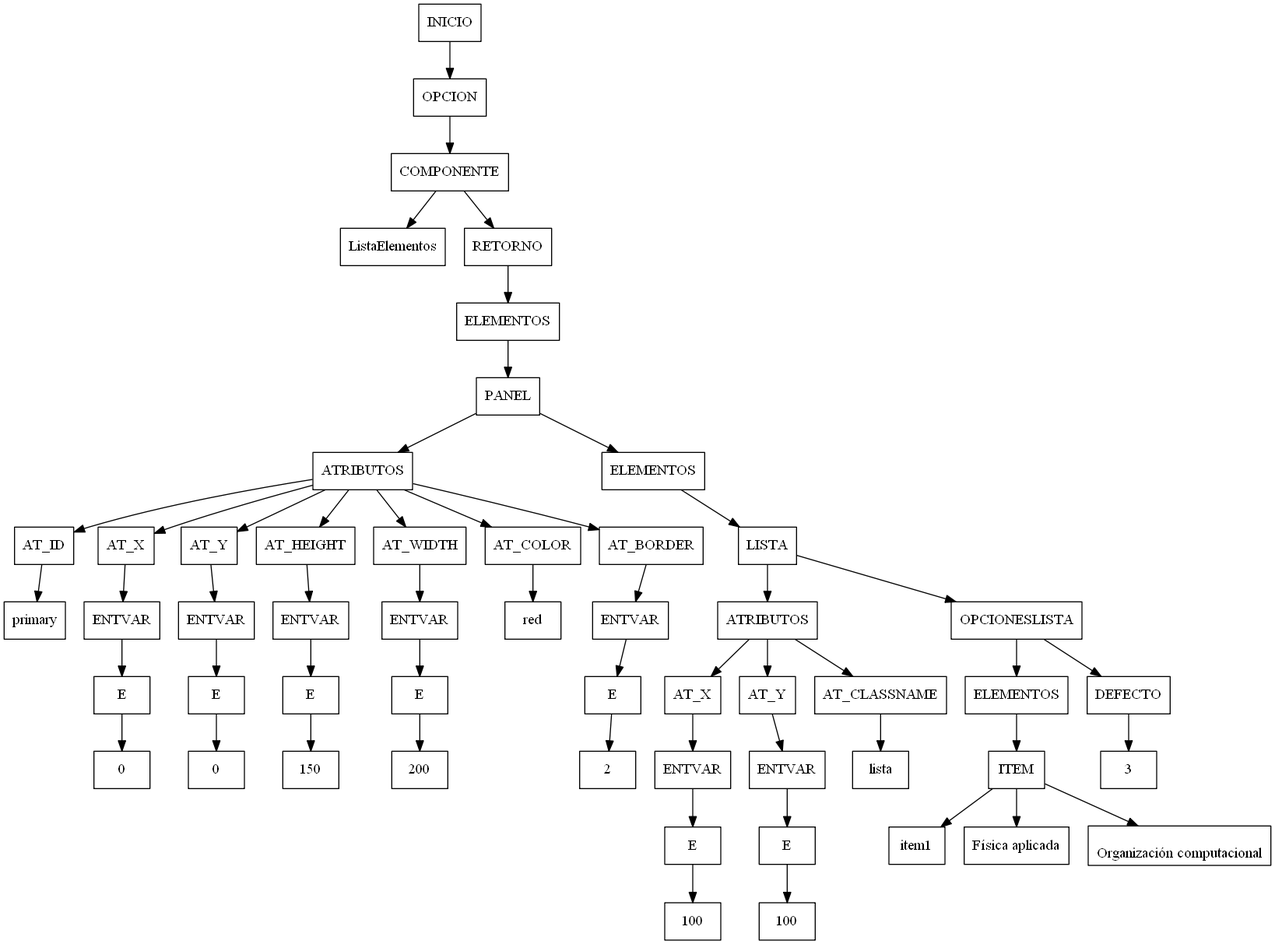
Before: arbol.png, a diagram exported from Graphviz (EleazarLopezOsuna/2019-SegundoSemestre-Compiladores1). Its source is kept beside it as arbol.dot.
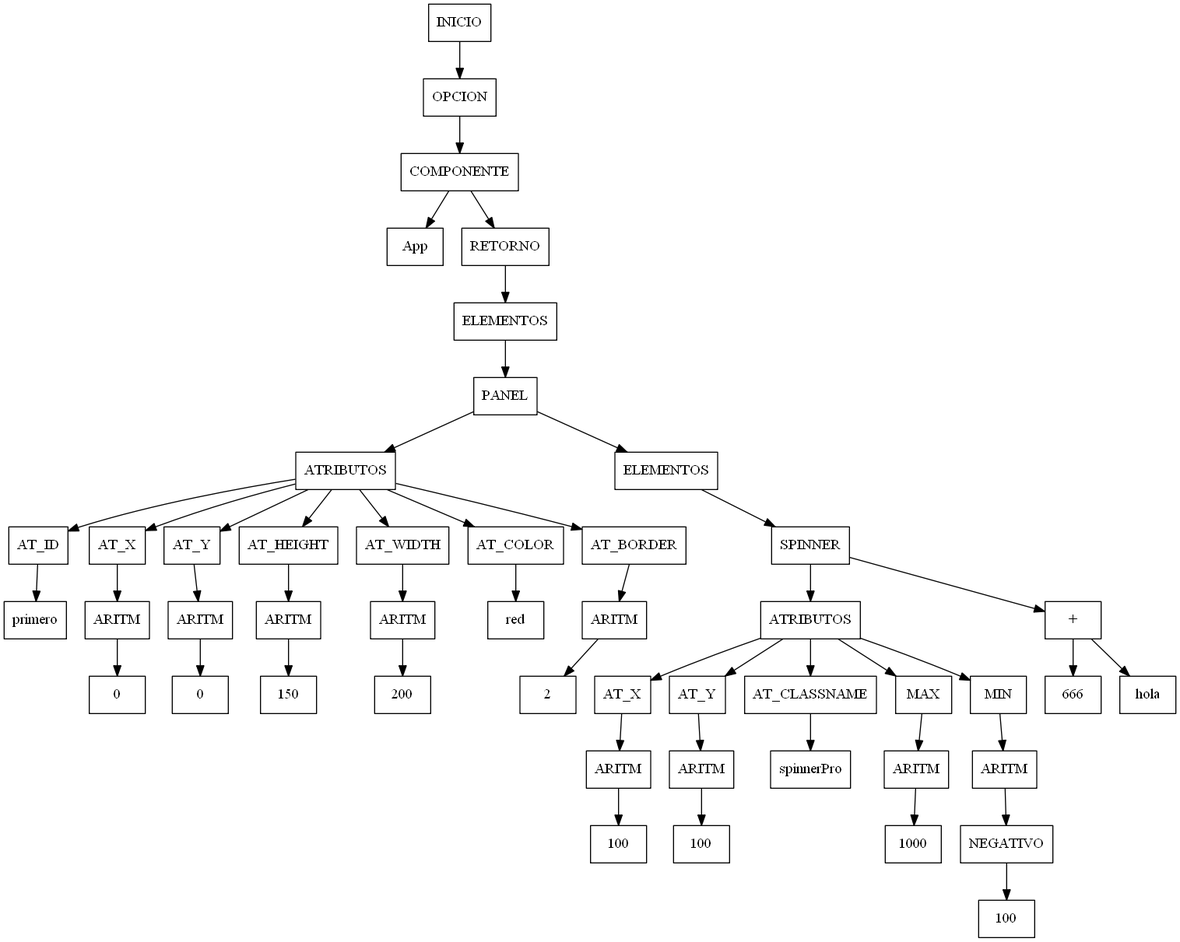
Above is the later version.

Change to the diagram source:
```diff
@@ -2,163 +2,147 @@
 node[shape=box];
 rankdir=UD;
 
-"53_INICIO"[label = "INICIO"];
-"52_OPCION"[label = "OPCION"];
-"53_INICIO"->"52_OPCION";
-"52_OPCION"[label = "OPCION"];
-"51_COMPONENTE"[label = "COMPONENTE"];
-"52_OPCION"->"51_COMPONENTE";
-"51_COMPONENTE"[label = "COMPONENTE"];
-"50_NOMBRE_COMPONENTE"[label = "ListaElementos"];
-"51_COMPONENTE"->"50_NOMBRE_COMPONENTE";
-"51_COMPONENTE"[label = "COMPONENTE"];
-"49_RETORNO"[label = "RETORNO"];
-"51_COMPONENTE"->"49_RETORNO";
-"49_RETORNO"[label = "RETORNO"];
-"48_ELEMENTOS"[label = "ELEMENTOS"];
-"49_RETORNO"->"48_ELEMENTOS";
-"48_ELEMENTOS"[label = "ELEMENTOS"];
-"47_PANEL"[label = "PANEL"];
-"48_ELEMENTOS"->"47_PANEL";
-"47_PANEL"[label = "PANEL"];
+"49_INICIO"[label = "INICIO"];
+"48_OPCION"[label = "OPCION"];
+"49_INICIO"->"48_OPCION";
+"48_OPCION"[label = "OPCION"];
+"47_COMPONENTE"[label = "COMPONENTE"];
+"48_OPCION"->"47_COMPONENTE";
+"47_COMPONENTE"[label = "COMPONENTE"];
+"46_NOMBRE_COMPONENTE"[label = "App"];
+"47_COMPONENTE"->"46_NOMBRE_COMPONENTE";
+"47_COMPONENTE"[label = "COMPONENTE"];
+"45_RETORNO"[label = "RETORNO"];
+"47_COMPONENTE"->"45_RETORNO";
+"45_RETORNO"[label = "RETORNO"];
+"44_ELEMENTOS"[label = "ELEMENTOS"];
+"45_RETORNO"->"44_ELEMENTOS";
+"44_ELEMENTOS"[label = "ELEMENTOS"];
+"43_PANEL"[label = "PANEL"];
+"44_ELEMENTOS"->"43_PANEL";
+"43_PANEL"[label = "PANEL"];
 "3_ATRIBUTOS"[label = "ATRIBUTOS"];
-"47_PANEL"->"3_ATRIBUTOS";
+"43_PANEL"->"3_ATRIBUTOS";
 "3_ATRIBUTOS"[label = "ATRIBUTOS"];
 "2_AT_ID"[label = "AT_ID"];
 "3_ATRIBUTOS"->"2_AT_ID";
 "2_AT_ID"[label = "AT_ID"];
-"1_ID"[label = "primary"];
+"1_ID"[label = "primero"];
 "2_AT_ID"->"1_ID";
 "3_ATRIBUTOS"[label = "ATRIBUTOS"];
-"7_AT_X"[label = "AT_X"];
-"3_ATRIBUTOS"->"7_AT_X";
-"7_AT_X"[label = "AT_X"];
-"6_ENTVAR"[label = "ENTVAR"];
-"7_AT_X"->"6_ENTVAR";
-"6_ENTVAR"[label = "ENTVAR"];
-"5_E"[label = "E"];
-"6_ENTVAR"->"5_E";
-"5_E"[label = "E"];
+"6_AT_X"[label = "AT_X"];
+"3_ATRIBUTOS"->"6_AT_X";
+"6_AT_X"[label = "AT_X"];
+"5_ARITM"[label = "ARITM"];
+"6_AT_X"->"5_ARITM";
+"5_ARITM"[label = "ARITM"];
 "4_ENTERO"[label = "0"];
-"5_E"->"4_ENTERO";
+"5_ARITM"->"4_ENTERO";
 "3_ATRIBUTOS"[label = "ATRIBUTOS"];
-"11_AT_Y"[label = "AT_Y"];
-"3_ATRIBUTOS"->"11_AT_Y";
-"11_AT_Y"[label = "AT_Y"];
-"10_ENTVAR"[label = "ENTVAR"];
-"11_AT_Y"->"10_ENTVAR";
-"10_ENTVAR"[label = "ENTVAR"];
-"9_E"[label = "E"];
-"10_ENTVAR"->"9_E";
-"9_E"[label = "E"];
-"8_ENTERO"[label = "0"];
-"9_E"->"8_ENTERO";
+"9_AT_Y"[label = "AT_Y"];
+"3_ATRIBUTOS"->"9_AT_Y";
+"9_AT_Y"[label = "AT_Y"];
+"8_ARITM"[label = "ARITM"];
+"9_AT_Y"->"8_ARITM";
+"8_ARITM"[label = "ARITM"];
+"7_ENTERO"[label = "0"];
+"8_ARITM"->"7_ENTERO";
 "3_ATRIBUTOS"[label = "ATRIBUTOS"];
-"15_AT_HEIGHT"[label = "AT_HEIGHT"];
-"3_ATRIBUTOS"->"15_AT_HEIGHT";
-"15_AT_HEIGHT"[label = "AT_HEIGHT"];
-"14_ENTVAR"[label = "ENTVAR"];
-"15_AT_HEIGHT"->"14_ENTVAR";
-"14_ENTVAR"[label = "ENTVAR"];
-"13_E"[label = "E"];
-"14_ENTVAR"->"13_E";
-"13_E"[label = "E"];
-"12_ENTERO"[label = "150"];
-"13_E"->"12_ENTERO";
+"12_AT_HEIGHT"[label = "AT_HEIGHT"];
+"3_ATRIBUTOS"->"12_AT_HEIGHT";
+"12_AT_HEIGHT"[label = "AT_HEIGHT"];
+"11_ARITM"[label = "ARITM"];
+"12_AT_HEIGHT"->"11_ARITM";
+"11_ARITM"[label = "ARITM"];
+"10_ENTERO"[label = "150"];
+"11_ARITM"->"10_ENTERO";
 "3_ATRIBUTOS"[label = "ATRIBUTOS"];
-"19_AT_WIDTH"[label = "AT_WIDTH"];
-"3_ATRIBUTOS"->"19_AT_WIDTH";
-"19_AT_WIDTH"[label = "AT_WIDTH"];
-"18_ENTVAR"[label = "ENTVAR"];
-"19_AT_WIDTH"->"18_ENTVAR";
-"18_ENTVAR"[label = "ENTVAR"];
-"17_E"[label = "E"];
-"18_ENTVAR"->"17_E";
-"17_E"[label = "E"];
-"16_ENTERO"[label = "200"];
-"17_E"->"16_ENTERO";
+"15_AT_WIDTH"[label = "AT_WIDTH"];
+"3_ATRIBUTOS"->"15_AT_WIDTH";
+"15_AT_WIDTH"[label = "AT_WIDTH"];
+"14_ARITM"[label = "ARITM"];
+"15_AT_WIDTH"->"14_ARITM";
+"14_ARITM"[label = "ARITM"];
+"13_ENTERO"[label = "200"];
+"14_ARITM"->"13_ENTERO";
 "3_ATRIBUTOS"[label = "ATRIBUTOS"];
-"21_AT_COLOR"[label = "AT_COLOR"];
-"3_ATRIBUTOS"->"21_AT_COLOR";
-"21_AT_COLOR"[label = "AT_COLOR"];
-"20_COLOR"[label = "red"];
-"21_AT_COLOR"->"20_COLOR";
+"17_AT_COLOR"[label = "AT_COLOR"];
+"3_ATRIBUTOS"->"17_AT_COLOR";
+"17_AT_COLOR"[label = "AT_COLOR"];
+"16_COLOR"[label = "red"];
+"17_AT_COLOR"->"16_COLOR";
 "3_ATRIBUTOS"[label = "ATRIBUTOS"];
-"25_AT_BORDER"[label = "AT_BORDER"];
-"3_ATRIBUTOS"->"25_AT_BORDER";
-"25_AT_BORDER"[label = "AT_BORDER"];
-"24_ENTVAR"[label = "ENTVAR"];
-"25_AT_BORDER"->"24_ENTVAR";
-"24_ENTVAR"[label = "ENTVAR"];
-"23_E"[label = "E"];
-"24_ENTVAR"->"23_E";
-"23_E"[label = "E"];
-"22_ENTERO"[label = "2"];
-"23_E"->"22_ENTERO";
-"47_PANEL"[label = "PANEL"];
-"46_ELEMENTOS"[label = "ELEMENTOS"];
-"47_PANEL"->"46_ELEMENTOS";
-"46_ELEMENTOS"[label = "ELEMENTOS"];
-"45_LISTA"[label = "LISTA"];
-"46_ELEMENTOS"->"45_LISTA";
-"45_LISTA"[label = "LISTA"];
-"30_ATRIBUTOS"[label = "ATRIBUTOS"];
-"45_LISTA"->"30_ATRIBUTOS";
-"30_ATRIBUTOS"[label = "ATRIBUTOS"];
-"29_AT_X"[label = "AT_X"];
-"30_ATRIBUTOS"->"29_AT_X";
-"29_AT_X"[label = "AT_X"];
-"28_ENTVAR"[label = "ENTVAR"];
-"29_AT_X"->"28_ENTVAR";
-"28_ENTVAR"[label = "ENTVAR"];
-"27_E"[label = "E"];
-"28_ENTVAR"->"27_E";
-"27_E"[label = "E"];
-"26_ENTERO"[label = "100"];
-"27_E"->"26_ENTERO";
-"30_ATRIBUTOS"[label = "ATRIBUTOS"];
-"34_AT_Y"[label = "AT_Y"];
-"30_ATRIBUTOS"->"34_AT_Y";
-"34_AT_Y"[label = "AT_Y"];
-"33_ENTVAR"[label = "ENTVAR"];
-"34_AT_Y"->"33_ENTVAR";
-"33_ENTVAR"[label = "ENTVAR"];
-"32_E"[label = "E"];
-"33_ENTVAR"->"32_E";
-"32_E"[label = "E"];
-"31_ENTERO"[label = "100"];
-"32_E"->"31_ENTERO";
-"30_ATRIBUTOS"[label = "ATRIBUTOS"];
-"36_AT_CLASSNAME"[label = "AT_CLASSNAME"];
-"30_ATRIBUTOS"->"36_AT_CLASSNAME";
-"36_AT_CLASSNAME"[label = "AT_CLASSNAME"];
-"35_NOMBRE_CLASE"[label = "lista"];
-"36_AT_CLASSNAME"->"35_NOMBRE_CLASE";
-"45_LISTA"[label = "LISTA"];
-"44_OPCIONESLISTA"[label = "OPCIONESLISTA"];
-"45_LISTA"->"44_OPCIONESLISTA";
-"44_OPCIONESLISTA"[label = "OPCIONESLISTA"];
-"41_ELEMENTOS"[label = "ELEMENTOS"];
-"44_OPCIONESLISTA"->"41_ELEMENTOS";
-"41_ELEMENTOS"[label = "ELEMENTOS"];
-"38_ITEM"[label = "ITEM"];
-"41_ELEMENTOS"->"38_ITEM";
-"38_ITEM"[label = "ITEM"];
-"37_ID"[label = "item1"];
-"38_ITEM"->"37_ID";
-"38_ITEM"[label = "ITEM"];
-"39_TEXTO"[label = "Física aplicada"];
-"38_ITEM"->"39_TEXTO";
-"38_ITEM"[label = "ITEM"];
-"40_TEXTO"[label = "
-Organización computacional"];
-"38_ITEM"->"40_TEXTO";
-"44_OPCIONESLISTA"[label = "OPCIONESLISTA"];
-"43_DEFECTO"[label = "DEFECTO"];
-"44_OPCIONESLISTA"->"43_DEFECTO";
-"43_DEFECTO"[label = "DEFECTO"];
-"42_TEXTO"[label = "3"];
-"43_DEFECTO"->"42_TEXTO";
+"20_AT_BORDER"[label = "AT_BORDER"];
+"3_ATRIBUTOS"->"20_AT_BORDER";
+"20_AT_BORDER"[label = "AT_BORDER"];
+"19_ARITM"[label = "ARITM"];
+"20_AT_BORDER"->"19_ARITM";
+"19_ARITM"[label = "ARITM"];
+"18_ENTERO"[label = "2"];
+"19_ARITM"->"18_ENTERO";
+"43_PANEL"[label = "PANEL"];
+"42_ELEMENTOS"[label = "ELEMENTOS"];
+"43_PANEL"->"42_ELEMENTOS";
+"42_ELEMENTOS"[label = "ELEMENTOS"];
+"40_SPINNER"[label = "SPINNER"];
+"42_ELEMENTOS"->"40_SPINNER";
+"40_SPINNER"[label = "SPINNER"];
+"24_ATRIBUTOS"[label = "ATRIBUTOS"];
+"40_SPINNER"->"24_ATRIBUTOS";
+"24_ATRIBUTOS"[label = "ATRIBUTOS"];
+"23_AT_X"[label = "AT_X"];
+"24_ATRIBUTOS"->"23_AT_X";
+"23_AT_X"[label = "AT_X"];
+"22_ARITM"[label = "ARITM"];
+"23_AT_X"->"22_ARITM";
+"22_ARITM"[label = "ARITM"];
+"21_ENTERO"[label = "100"];
+"22_ARITM"->"21_ENTERO";
+"24_ATRIBUTOS"[label = "ATRIBUTOS"];
+"27_AT_Y"[label = "AT_Y"];
+"24_ATRIBUTOS"->"27_AT_Y";
+"27_AT_Y"[label = "AT_Y"];
+"26_ARITM"[label = "ARITM"];
+"27_AT_Y"->"26_ARITM";
+"26_ARITM"[label = "ARITM"];
+"25_ENTERO"[label = "100"];
+"26_ARITM"->"25_ENTERO";
+"24_ATRIBUTOS"[label = "ATRIBUTOS"];
+"29_AT_CLASSNAME"[label = "AT_CLASSNAME"];
+"24_ATRIBUTOS"->"29_AT_CLASSNAME";
+"29_AT_CLASSNAME"[label = "AT_CLASSNAME"];
+"28_NOMBRE_CLASE"[label = "spinnerPro"];
+"29_AT_CLASSNAME"->"28_NOMBRE_CLASE";
+"24_ATRIBUTOS"[label = "ATRIBUTOS"];
+"31_MAX"[label = "MAX"];
+"24_ATRIBUTOS"->"31_MAX";
+"31_MAX"[label = "MAX"];
+"32_ARITM"[label = "ARITM"];
+"31_MAX"->"32_ARITM";
+"32_ARITM"[label = "ARITM"];
+"30_ENTERO"[label = "1000"];
+"32_ARITM"->"30_ENTERO";
+"24_ATRIBUTOS"[label = "ATRIBUTOS"];
+"35_MIN"[label = "MIN"];
+"24_ATRIBUTOS"->"35_MIN";
+"35_MIN"[label = "MIN"];
+"36_ARITM"[label = "ARITM"];
+"35_MIN"->"36_ARITM";
+"36_ARITM"[label = "ARITM"];
+"34_NEGATIVO"[label = "NEGATIVO"];
+"36_ARITM"->"34_NEGATIVO";
+"34_NEGATIVO"[label = "NEGATIVO"];
+"33_ENTERO"[label = "100"];
+"34_NEGATIVO"->"33_ENTERO";
+"40_SPINNER"[label = "SPINNER"];
+"39_+"[label = "+"];
+"40_SPINNER"->"39_+";
+"39_+"[label = "+"];
+"37_ENTERO"[label = "666"];
+"39_+"->"37_ENTERO";
+"39_+"[label = "+"];
+"38_ID"[label = "hola"];
+"39_+"->"38_ID";
 
 
 }
```
